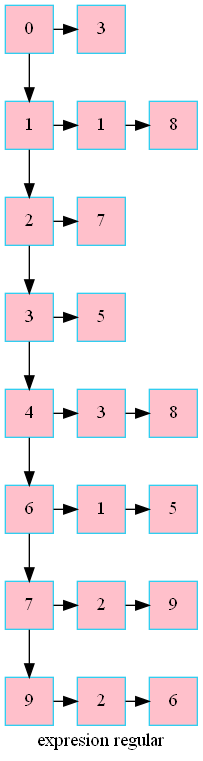
Before: grafo.png, a diagram exported from Graphviz (betebetoven/EDDS2F2). Its source is kept beside it as grafo.dot. Source of this version:
```dot
digraph G
{label="expresion regular"
        node[shape = square]
        node[style = filled]
        node[fillcolor = "#EEEEE"]
        node[color = "#EEEEE"]
        node[color = "#31CEF0"]

101351660608 [label="0",fillcolor ="pink"]
101351660800 [label="3",fillcolor ="pink"]
101351520672 [label="1",fillcolor ="pink"]
101351660896 [label="1",fillcolor ="pink"]
101351530656 [label="8",fillcolor ="pink"]
101351661328 [label="2",fillcolor ="pink"]
101351661232 [label="7",fillcolor ="pink"]
101329604864 [label="3",fillcolor ="pink"]
101329604768 [label="5",fillcolor ="pink"]
101329605296 [label="4",fillcolor ="pink"]
101329605200 [label="3",fillcolor ="pink"]
101329605728 [label="8",fillcolor ="pink"]
101329606064 [label="6",fillcolor ="pink"]
101329605968 [label="1",fillcolor ="pink"]
101351518656 [label="5",fillcolor ="pink"]
101329606496 [label="7",fillcolor ="pink"]
101329606400 [label="2",fillcolor ="pink"]
101329606928 [label="9",fillcolor ="pink"]
101329607264 [label="9",fillcolor ="pink"]
101329607168 [label="2",fillcolor ="pink"]
101329607696 [label="6",fillcolor ="pink"]
101351660608-> 101351520672
101351660608-> 101351660800
101351520672-> 101351661328
101351520672-> 101351660896
101351660896-> 101351530656
101351661328-> 101329604864
101351661328-> 101351661232
101329604864-> 101329605296
101329604864-> 101329604768
101329605296-> 101329606064
101329605296-> 101329605200
101329605200-> 101329605728
101329606064-> 101329606496
101329606064-> 101329605968
101329605968-> 101351518656
101329606496-> 101329607264
101329606496-> 101329606400
101329606400-> 101329606928
101329607264-> 101329607168
101329607168-> 101329607696
 {rank=same; 101351660608;101351660800;}
 {rank=same; 101351520672;101351660896;101351530656;}
 {rank=same; 101351661328;101351661232;}
 {rank=same; 101329604864;101329604768;}
 {rank=same; 101329605296;101329605200;101329605728;}
 {rank=same; 101329606064;101329605968;101351518656;}
 {rank=same; 101329606496;101329606400;101329606928;}
 {rank=same; 101329607264;101329607168;101329607696;}
 }
```
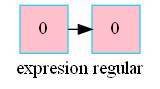
Above is the later version.

The edit, as a diff of the source:
```diff
@@ -6,53 +6,8 @@
         node[color = "#EEEEE"]
         node[color = "#31CEF0"]
 
-101351660608 [label="0",fillcolor ="pink"]
-101351660800 [label="3",fillcolor ="pink"]
-101351520672 [label="1",fillcolor ="pink"]
-101351660896 [label="1",fillcolor ="pink"]
-101351530656 [label="8",fillcolor ="pink"]
-101351661328 [label="2",fillcolor ="pink"]
-101351661232 [label="7",fillcolor ="pink"]
-101329604864 [label="3",fillcolor ="pink"]
-101329604768 [label="5",fillcolor ="pink"]
-101329605296 [label="4",fillcolor ="pink"]
-101329605200 [label="3",fillcolor ="pink"]
-101329605728 [label="8",fillcolor ="pink"]
-101329606064 [label="6",fillcolor ="pink"]
-101329605968 [label="1",fillcolor ="pink"]
-101351518656 [label="5",fillcolor ="pink"]
-101329606496 [label="7",fillcolor ="pink"]
-101329606400 [label="2",fillcolor ="pink"]
-101329606928 [label="9",fillcolor ="pink"]
-101329607264 [label="9",fillcolor ="pink"]
-101329607168 [label="2",fillcolor ="pink"]
-101329607696 [label="6",fillcolor ="pink"]
-101351660608-> 101351520672
-101351660608-> 101351660800
-101351520672-> 101351661328
-101351520672-> 101351660896
-101351660896-> 101351530656
-101351661328-> 101329604864
-101351661328-> 101351661232
-101329604864-> 101329605296
-101329604864-> 101329604768
-101329605296-> 101329606064
-101329605296-> 101329605200
-101329605200-> 101329605728
-101329606064-> 101329606496
-101329606064-> 101329605968
-101329605968-> 101351518656
-101329606496-> 101329607264
-101329606496-> 101329606400
-101329606400-> 101329606928
-101329607264-> 101329607168
-101329607168-> 101329607696
- {rank=same; 101351660608;101351660800;}
- {rank=same; 101351520672;101351660896;101351530656;}
- {rank=same; 101351661328;101351661232;}
- {rank=same; 101329604864;101329604768;}
- {rank=same; 101329605296;101329605200;101329605728;}
- {rank=same; 101329606064;101329605968;101351518656;}
- {rank=same; 101329606496;101329606400;101329606928;}
- {rank=same; 101329607264;101329607168;101329607696;}
+2029351078160 [label="0",fillcolor ="pink"]
+2029350669664 [label="0",fillcolor ="pink"]
+2029351078160-> 2029350669664
+ {rank=same; 2029351078160;2029350669664;}
  }
```
